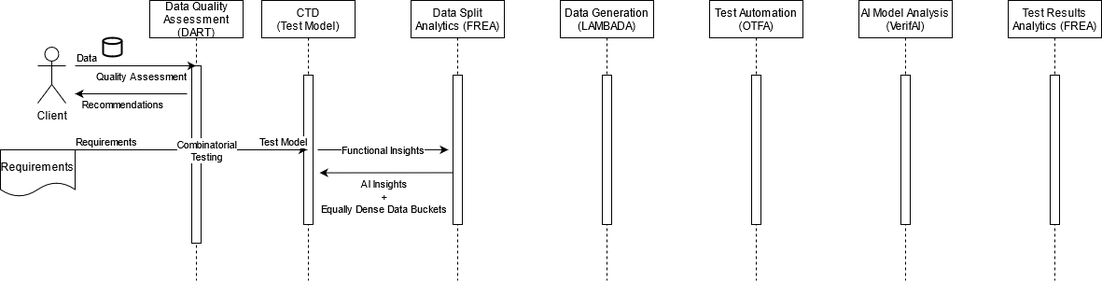
This is FACT Process Flow.png from ilanjaya/TestCOE, a draw.io export, as it was before one commit. Source tidied: cells renumbered, new cells last; positions are measured from the earlier drawing's top-left corner, leaving out a move shared by most shapes.
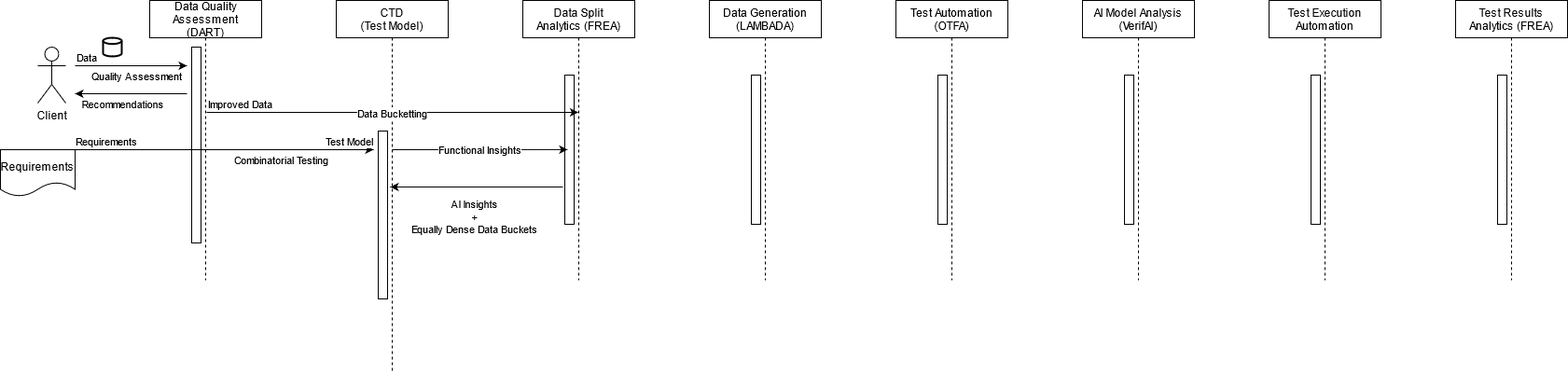
The same diagram one commit later.

Change to the diagram source:
```diff
@@ -3,43 +3,43 @@
     <mxCell id="0" />
     <mxCell id="1" parent="0" />
     <mxCell id="2" value="Data Quality &#10;Assessment &#10;(DART)" style="shape=umlLifeline;perimeter=lifelinePerimeter;rounded=0;shadow=0;strokeWidth=1;" parent="1" vertex="1">
-      <mxGeometry x="160" width="100" height="300" as="geometry" />
+      <mxGeometry x="160" width="120" height="300" as="geometry" />
     </mxCell>
     <mxCell id="3" style="perimeter=orthogonalPerimeter;rounded=0;shadow=0;strokeWidth=1;" parent="2" vertex="1">
-      <mxGeometry x="45" y="70" width="10" height="190" as="geometry" />
+      <mxGeometry x="45" y="50" width="10" height="210" as="geometry" />
     </mxCell>
     <mxCell id="4" value="CTD&#10;(Test Model)" style="shape=umlLifeline;perimeter=lifelinePerimeter;rounded=0;shadow=0;strokeWidth=1;" parent="1" vertex="1">
-      <mxGeometry x="280" width="100" height="300" as="geometry" />
+      <mxGeometry x="360" width="120" height="400" as="geometry" />
     </mxCell>
     <mxCell id="5" style="perimeter=orthogonalPerimeter;rounded=0;shadow=0;strokeWidth=1;" parent="4" vertex="1">
-      <mxGeometry x="45" y="80" width="10" height="160" as="geometry" />
+      <mxGeometry x="45" y="140" width="10" height="180" as="geometry" />
     </mxCell>
     <mxCell id="6" value="Data Split &#10;Analytics (FREA)" style="shape=umlLifeline;perimeter=lifelinePerimeter;rounded=0;shadow=0;strokeWidth=1;" parent="1" vertex="1">
-      <mxGeometry x="440" width="100" height="300" as="geometry" />
+      <mxGeometry x="560" width="120" height="300" as="geometry" />
     </mxCell>
     <mxCell id="7" style="perimeter=orthogonalPerimeter;rounded=0;shadow=0;strokeWidth=1;" parent="6" vertex="1">
       <mxGeometry x="45" y="80" width="10" height="160" as="geometry" />
     </mxCell>
     <mxCell id="8" value="Data Generation&#10;(LAMBADA)" style="shape=umlLifeline;perimeter=lifelinePerimeter;rounded=0;shadow=0;strokeWidth=1;" parent="1" vertex="1">
-      <mxGeometry x="600" width="100" height="300" as="geometry" />
+      <mxGeometry x="760" width="120" height="300" as="geometry" />
     </mxCell>
     <mxCell id="9" style="perimeter=orthogonalPerimeter;rounded=0;shadow=0;strokeWidth=1;" parent="8" vertex="1">
       <mxGeometry x="45" y="80" width="10" height="160" as="geometry" />
     </mxCell>
     <mxCell id="10" value="Test Automation &#10;(OTFA)" style="shape=umlLifeline;perimeter=lifelinePerimeter;rounded=0;shadow=0;strokeWidth=1;" parent="1" vertex="1">
-      <mxGeometry x="760" width="100" height="300" as="geometry" />
+      <mxGeometry x="960" width="120" height="300" as="geometry" />
     </mxCell>
     <mxCell id="11" style="perimeter=orthogonalPerimeter;rounded=0;shadow=0;strokeWidth=1;" parent="10" vertex="1">
       <mxGeometry x="45" y="80" width="10" height="160" as="geometry" />
     </mxCell>
     <mxCell id="12" value="AI Model Analysis &#10;(VerifAI)" style="shape=umlLifeline;perimeter=lifelinePerimeter;rounded=0;shadow=0;strokeWidth=1;" parent="1" vertex="1">
-      <mxGeometry x="920" width="100" height="300" as="geometry" />
+      <mxGeometry x="1160" width="120" height="300" as="geometry" />
     </mxCell>
     <mxCell id="13" style="perimeter=orthogonalPerimeter;rounded=0;shadow=0;strokeWidth=1;" parent="12" vertex="1">
       <mxGeometry x="45" y="80" width="10" height="160" as="geometry" />
     </mxCell>
-    <mxCell id="14" value="Test Results &#10;Analytics (FREA)" style="shape=umlLifeline;perimeter=lifelinePerimeter;rounded=0;shadow=0;strokeWidth=1;" parent="1" vertex="1">
-      <mxGeometry x="1080" width="100" height="300" as="geometry" />
+    <mxCell id="14" value="Test Execution &#10;Automation" style="shape=umlLifeline;perimeter=lifelinePerimeter;rounded=0;shadow=0;strokeWidth=1;" parent="1" vertex="1">
+      <mxGeometry x="1360" width="120" height="300" as="geometry" />
     </mxCell>
     <mxCell id="15" style="perimeter=orthogonalPerimeter;rounded=0;shadow=0;strokeWidth=1;" parent="14" vertex="1">
       <mxGeometry x="45" y="80" width="10" height="160" as="geometry" />
@@ -53,12 +53,12 @@
     <mxCell id="18" style="endArrow=classic;html=1;" parent="1" edge="1">
       <mxGeometry relative="1" as="geometry">
         <mxPoint x="79" y="160" as="sourcePoint" />
-        <mxPoint x="328.5" y="160" as="targetPoint" />
+        <mxPoint x="400" y="160" as="targetPoint" />
       </mxGeometry>
     </mxCell>
-    <mxCell id="19" value="&lt;div&gt;Combinatorial &lt;br&gt;&lt;/div&gt;&lt;div&gt;Testing&lt;/div&gt;" style="edgeLabel;html=1;align=center;verticalAlign=middle;" parent="18" vertex="1">
+    <mxCell id="19" value="&lt;div&gt;Combinatorial Testing&lt;/div&gt;" style="edgeLabel;html=1;align=center;verticalAlign=middle;" parent="18" vertex="1">
       <mxGeometry relative="1" as="geometry">
-        <mxPoint x="16" as="offset" />
+        <mxPoint x="60" y="10" as="offset" />
       </mxGeometry>
     </mxCell>
     <mxCell id="20" value="Requirements" style="edgeLabel;html=1;align=left;verticalAlign=bottom;" parent="18" vertex="1">
@@ -69,21 +69,20 @@
     </mxCell>
     <mxCell id="22" style="endArrow=classic;html=1;entryX=0.4;entryY=0.533;entryDx=0;entryDy=0;entryPerimeter=0;" parent="1" edge="1" target="6">
       <mxGeometry relative="1" as="geometry">
-        <mxPoint x="340" y="160" as="sourcePoint" />
+        <mxPoint x="420" y="160" as="sourcePoint" />
       </mxGeometry>
     </mxCell>
     <mxCell id="23" value="Functional Insights" style="edgeLabel;html=1;align=center;verticalAlign=middle;" parent="22" vertex="1">
       <mxGeometry relative="1" as="geometry" />
     </mxCell>
-    <mxCell id="24" style="endArrow=classic;html=1;exitX=0.43;exitY=0.583;exitDx=0;exitDy=0;exitPerimeter=0;" parent="1" edge="1">
+    <mxCell id="24" style="endArrow=classic;html=1;exitX=0.43;exitY=0.583;exitDx=0;exitDy=0;exitPerimeter=0;entryX=0.483;entryY=0.5;entryDx=0;entryDy=0;entryPerimeter=0;" parent="1" edge="1" target="4">
       <mxGeometry relative="1" as="geometry">
-        <mxPoint x="485" y="184.5" as="sourcePoint" />
-        <mxPoint x="342" y="184.6" as="targetPoint" />
+        <mxPoint x="603" y="200" as="sourcePoint" />
       </mxGeometry>
     </mxCell>
     <mxCell id="25" value="&lt;div&gt;AI Insights &lt;br&gt;&lt;/div&gt;&lt;div&gt;+&lt;/div&gt;&lt;div&gt;Equally Dense Data Buckets&lt;br&gt;&lt;/div&gt;" style="edgeLabel;html=1;align=center;verticalAlign=middle;" parent="24" vertex="1">
       <mxGeometry relative="1" as="geometry">
-        <mxPoint x="-3" y="25" as="offset" />
+        <mxPoint x="-3" y="31" as="offset" />
       </mxGeometry>
     </mxCell>
     <mxCell id="26" style="endArrow=classic;html=1;" parent="1" edge="1">
@@ -100,9 +99,10 @@
     <mxCell id="28" value="Client" style="shape=umlActor;verticalLabelPosition=bottom;verticalAlign=top;html=1;" parent="1" vertex="1">
       <mxGeometry x="40" y="50" width="30" height="60" as="geometry" />
     </mxCell>
-    <mxCell id="29" style="endArrow=classic;html=1;" parent="1" edge="1" target="2">
+    <mxCell id="29" style="endArrow=classic;html=1;" parent="1" edge="1">
       <mxGeometry relative="1" as="geometry">
         <mxPoint x="80" y="70" as="sourcePoint" />
+        <mxPoint x="200" y="70" as="targetPoint" />
         <Array as="points">
           <mxPoint x="130" y="70" />
         </Array>
@@ -116,5 +116,20 @@
     <mxCell id="31" value="Data" style="edgeLabel;html=1;align=left;verticalAlign=bottom;" parent="29" vertex="1">
       <mxGeometry x="-1" relative="1" as="geometry" />
     </mxCell>
+    <mxCell id="32" value="Test Results &#10;Analytics (FREA)" style="shape=umlLifeline;perimeter=lifelinePerimeter;rounded=0;shadow=0;strokeWidth=1;" parent="1" vertex="1">
+      <mxGeometry x="1560" width="120" height="300" as="geometry" />
+    </mxCell>
+    <mxCell id="33" style="perimeter=orthogonalPerimeter;rounded=0;shadow=0;strokeWidth=1;" parent="32" vertex="1">
+      <mxGeometry x="45" y="80" width="10" height="160" as="geometry" />
+    </mxCell>
+    <mxCell id="34" style="endArrow=classic;html=1;exitX=0.508;exitY=0.4;exitDx=0;exitDy=0;exitPerimeter=0;" parent="1" edge="1" source="2" target="6">
+      <mxGeometry relative="1" as="geometry" />
+    </mxCell>
+    <mxCell id="35" value="Data Bucketting" style="edgeLabel;html=1;align=center;verticalAlign=middle;" parent="34" vertex="1">
+      <mxGeometry relative="1" as="geometry" />
+    </mxCell>
+    <mxCell id="36" value="Improved Data" style="edgeLabel;html=1;align=left;verticalAlign=bottom;" parent="34" vertex="1">
+      <mxGeometry x="-1" relative="1" as="geometry" />
+    </mxCell>
   </root>
 </mxGraphModel>
```
